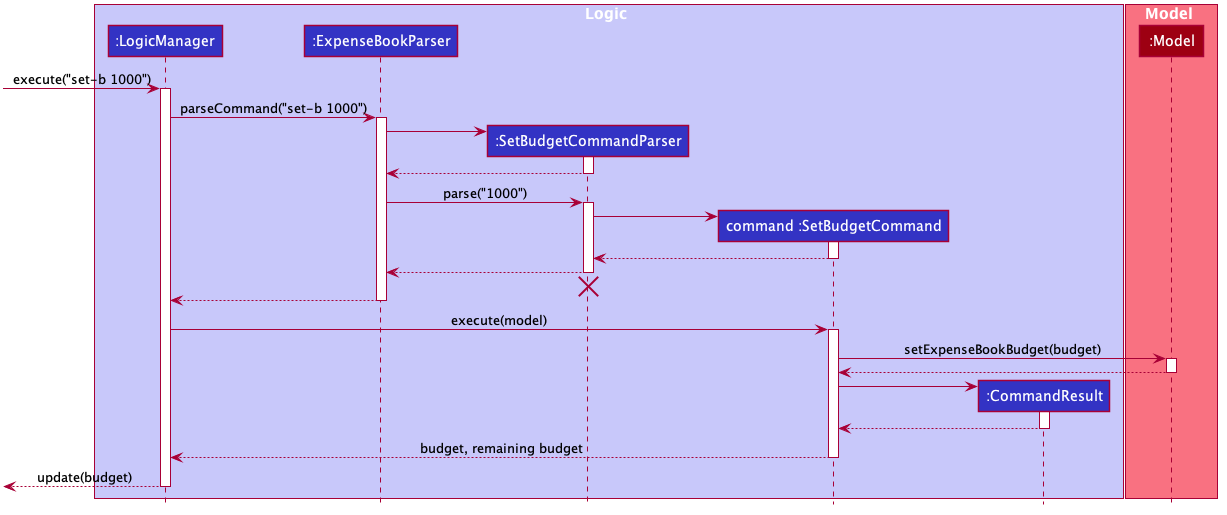
Before: docs/images/SetBudgetSequenceDiagram.png, a diagram exported from PlantUML (yyutong/tp). Its diagram source:
```plantuml
@startuml








skinparam BackgroundColor #FFFFFFF

skinparam Shadowing false

skinparam Class {
    FontColor #FFFFFF
    BorderThickness 1
    BorderColor #FFFFFF
    StereotypeFontColor #FFFFFF
    FontName Arial
}

skinparam Actor {
    BorderColor #000000
    Color #000000
    FontName Arial
}

skinparam Sequence {
    MessageAlign center
    BoxFontSize 15
    BoxPadding 0
    BoxFontColor #FFFFFF
    FontName Arial
}

skinparam Participant {
    FontColor #FFFFFFF
    Padding 20
}

skinparam MinClassWidth 50
skinparam ParticipantPadding 10
skinparam Shadowing false
skinparam DefaultTextAlignment center
skinparam packageStyle Rectangle

hide footbox
hide members
hide circle

box Logic #C8C8FA
participant ":LogicManager" as LogicManager #3333C4
participant ":ExpenseBookParser" as ExpenseBookParser #3333C4
participant ":SetBudgetCommandParser" as SetBudgetCommandParser #3333C4
participant "command :SetBudgetCommand" as SetBudgetCommand #3333C4
participant ":CommandResult" as CommandResult #3333C4
end box

box Model #F97181
participant ":Model" as Model #9D0012
end box

[-> LogicManager : execute("set-b 1000")
activate LogicManager

LogicManager -> ExpenseBookParser : parseCommand("set-b 1000")
activate ExpenseBookParser

create SetBudgetCommandParser
ExpenseBookParser -> SetBudgetCommandParser
activate SetBudgetCommandParser

SetBudgetCommandParser --> ExpenseBookParser
deactivate SetBudgetCommandParser

ExpenseBookParser -> SetBudgetCommandParser : parse("1000")
activate SetBudgetCommandParser

create SetBudgetCommand
SetBudgetCommandParser -> SetBudgetCommand
activate SetBudgetCommand

SetBudgetCommand --> SetBudgetCommandParser
deactivate SetBudgetCommand

SetBudgetCommandParser --> ExpenseBookParser
deactivate SetBudgetCommandParser
SetBudgetCommandParser -[hidden]-> ExpenseBookParser
destroy SetBudgetCommandParser

ExpenseBookParser --> LogicManager
deactivate ExpenseBookParser

LogicManager -> SetBudgetCommand : execute(model)
activate SetBudgetCommand

SetBudgetCommand -> Model : setExpenseBookBudget(budget)
activate Model

Model --> SetBudgetCommand
deactivate Model

create CommandResult
SetBudgetCommand -> CommandResult
activate CommandResult

CommandResult --> SetBudgetCommand
deactivate CommandResult

SetBudgetCommand --> LogicManager : budget, remaining budget
deactivate SetBudgetCommand

[<--LogicManager : update(budget)
deactivate LogicManager
@enduml
```
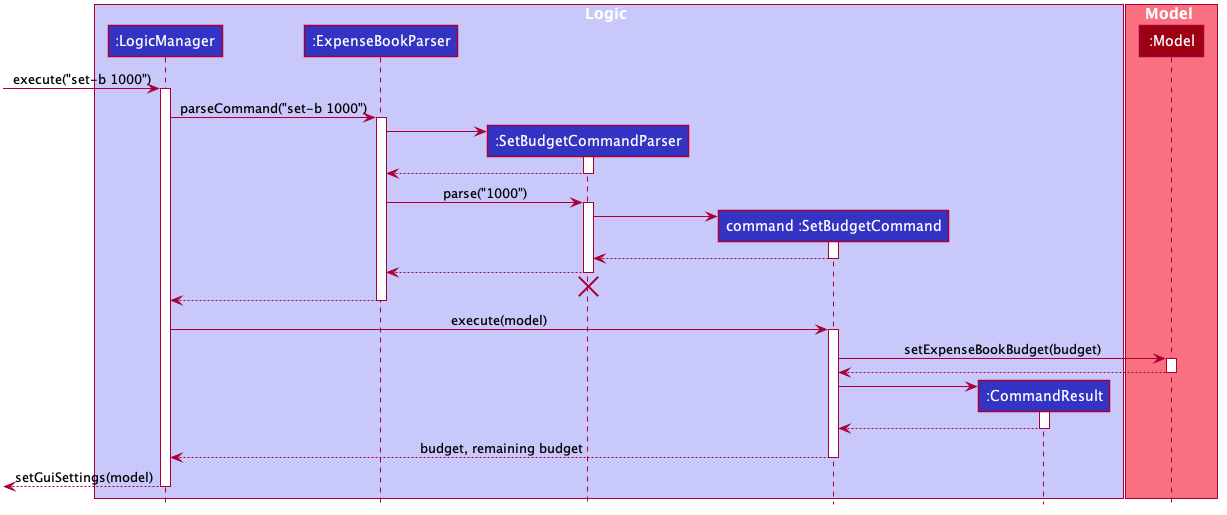
Above is the later version.

What changed in the source:
```diff
@@ -110,6 +110,6 @@
 SetBudgetCommand --> LogicManager : budget, remaining budget
 deactivate SetBudgetCommand
 
-[<--LogicManager : update(budget)
+[<--LogicManager : setGuiSettings(model)
 deactivate LogicManager
 @enduml
```
